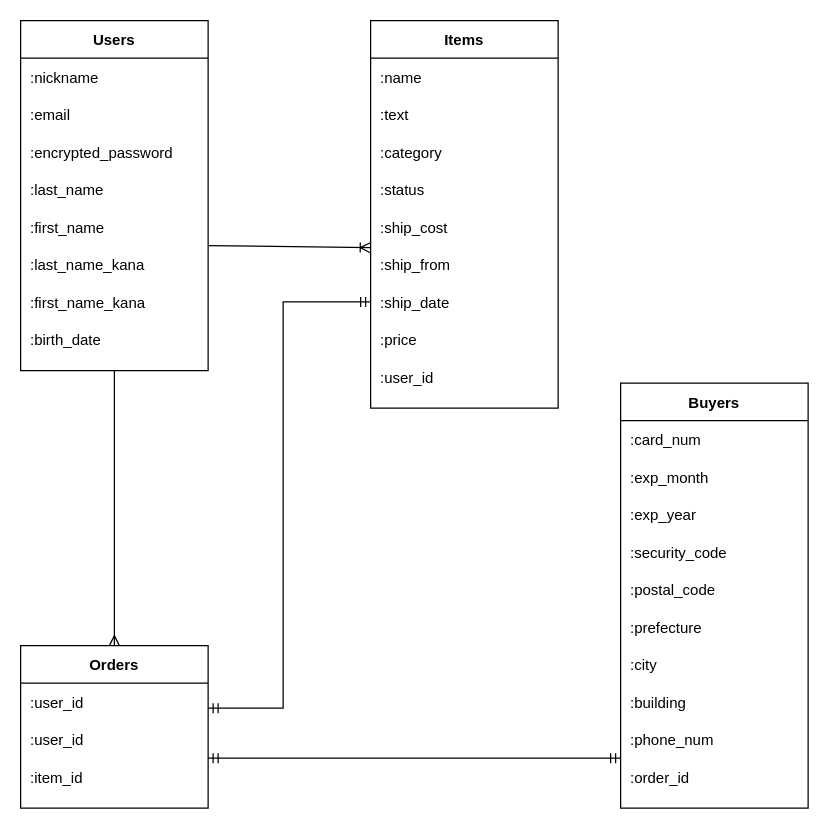
Earlier version of the draw.io diagram DB設計.dio (emisuke0301/furima-35227). Source tidied: cells renumbered, new cells numbered last; positions are measured from the earlier drawing's top-left corner, leaving out a move shared by most shapes. Both pictures are drawn from the tidied source at 125%, with x=0, y=0 at pixel (20, 20).
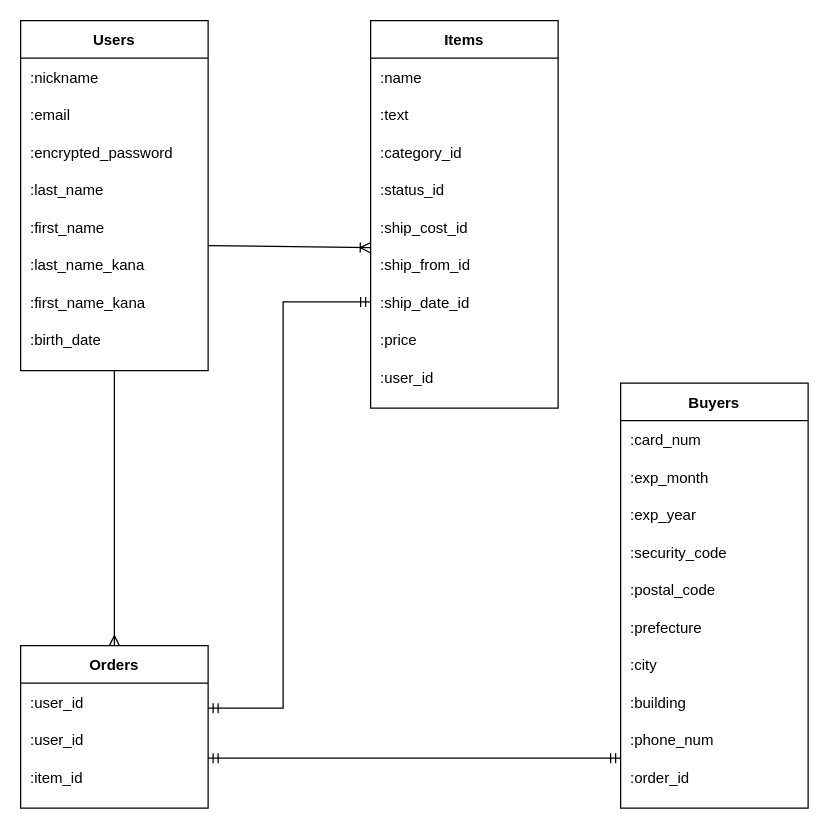
The same page after the edit.

Commit message (it also covers changes not shown here):
カラム名・型の変更（ActiveHash）

The change refers to these unchanged cells:
```xml
<mxCell id="25" style="shape=partialRectangle;fillColor=none;top=0;left=0;bottom=0;right=0;" parent="20" vertex="1">
  <mxGeometry y="90" width="150" height="30" as="geometry" />
</mxCell>
<mxCell id="27" style="shape=partialRectangle;fillColor=none;top=0;left=0;bottom=0;right=0;" parent="20" vertex="1">
  <mxGeometry y="120" width="150" height="30" as="geometry" />
</mxCell>
<mxCell id="29" style="shape=partialRectangle;fillColor=none;top=0;left=0;bottom=0;right=0;" parent="20" vertex="1">
  <mxGeometry y="150" width="150" height="30" as="geometry" />
</mxCell>
<mxCell id="31" style="shape=partialRectangle;fillColor=none;top=0;left=0;bottom=0;right=0;points=[[0,0.5],[1,0.5]];portConstraint=eastwest;" parent="20" vertex="1">
  <mxGeometry y="180" width="150" height="30" as="geometry" />
</mxCell>
<mxCell id="33" style="shape=partialRectangle;fillColor=none;top=0;left=0;bottom=0;right=0;points=[[0,0.5],[1,0.5]];portConstraint=eastwest;" parent="20" vertex="1">
  <mxGeometry y="210" width="150" height="30" as="geometry" />
</mxCell>
```

What changed in the source:
```diff
@@
-    <mxCell id="26" value=":category" style="shape=partialRectangle;fillColor=none;top=0;left=0;bottom=0;right=0;align=left;spacingLeft=6;overflow=hidden;" parent="25" vertex="1">
+    <mxCell id="26" value=":category_id" style="shape=partialRectangle;fillColor=none;top=0;left=0;bottom=0;right=0;align=left;spacingLeft=6;overflow=hidden;" parent="25" vertex="1">
       <mxGeometry width="150" height="30" as="geometry" />
     </mxCell>
@@
-    <mxCell id="28" value=":status" style="shape=partialRectangle;fillColor=none;top=0;left=0;bottom=0;right=0;align=left;spacingLeft=6;overflow=hidden;" parent="27" vertex="1">
+    <mxCell id="28" value=":status_id" style="shape=partialRectangle;fillColor=none;top=0;left=0;bottom=0;right=0;align=left;spacingLeft=6;overflow=hidden;" parent="27" vertex="1">
       <mxGeometry width="150" height="30" as="geometry" />
     </mxCell>
@@
-    <mxCell id="30" value=":ship_cost" style="shape=partialRectangle;fillColor=none;top=0;left=0;bottom=0;right=0;align=left;spacingLeft=6;overflow=hidden;" parent="29" vertex="1">
+    <mxCell id="30" value=":ship_cost_id" style="shape=partialRectangle;fillColor=none;top=0;left=0;bottom=0;right=0;align=left;spacingLeft=6;overflow=hidden;" parent="29" vertex="1">
       <mxGeometry width="150" height="30" as="geometry" />
     </mxCell>
@@
-    <mxCell id="32" value=":ship_from" style="shape=partialRectangle;fillColor=none;top=0;left=0;bottom=0;right=0;align=left;spacingLeft=6;overflow=hidden;" parent="31" vertex="1">
+    <mxCell id="32" value=":ship_from_id" style="shape=partialRectangle;fillColor=none;top=0;left=0;bottom=0;right=0;align=left;spacingLeft=6;overflow=hidden;" parent="31" vertex="1">
       <mxGeometry width="150" height="30" as="geometry" />
     </mxCell>
@@
-    <mxCell id="34" value=":ship_date" style="shape=partialRectangle;fillColor=none;top=0;left=0;bottom=0;right=0;align=left;spacingLeft=6;overflow=hidden;" parent="33" vertex="1">
+    <mxCell id="34" value=":ship_date_id" style="shape=partialRectangle;fillColor=none;top=0;left=0;bottom=0;right=0;align=left;spacingLeft=6;overflow=hidden;" parent="33" vertex="1">
       <mxGeometry width="150" height="30" as="geometry" />
     </mxCell>
```
